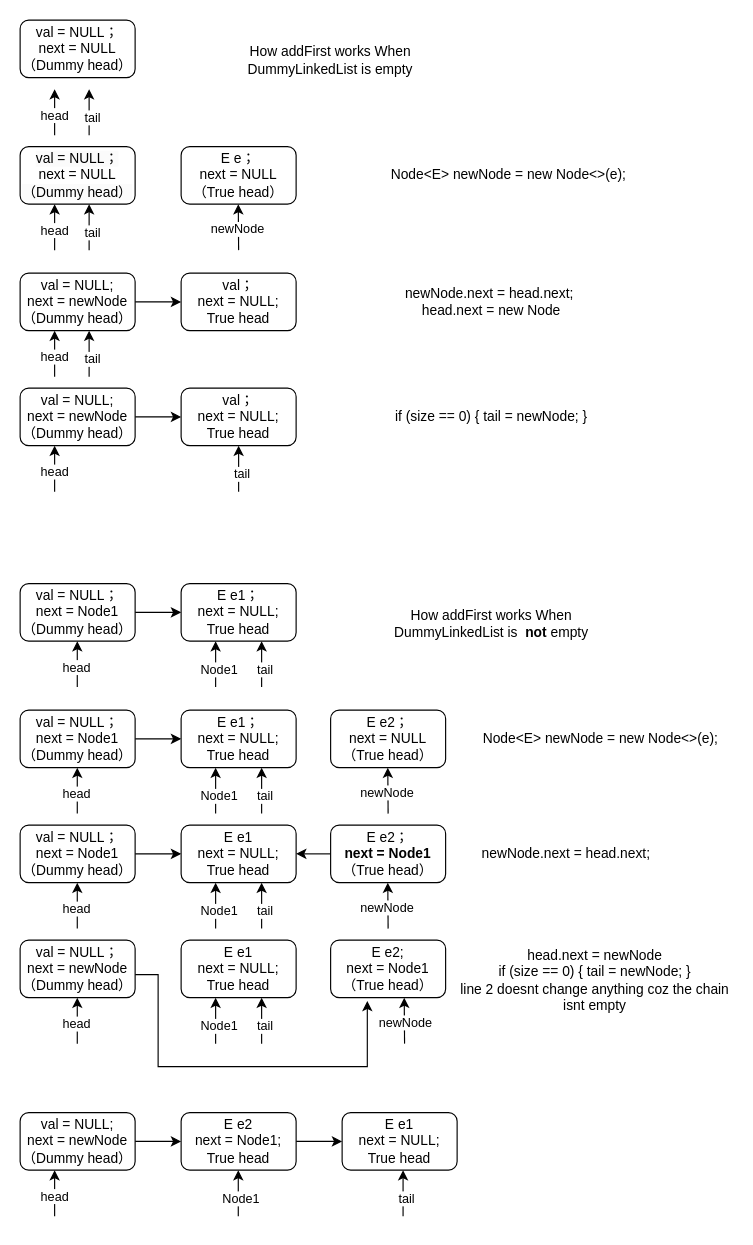
Earlier version of the draw.io diagram LinkedList/LinkedList.drawio (sunplanter/DSA). Source tidied: cells renumbered, new cells numbered last; positions are measured from the earlier drawing's top-left corner, leaving out a move shared by most shapes. Both pictures are drawn from the tidied source at 115%, with x=0, y=0 at pixel (20, 20).
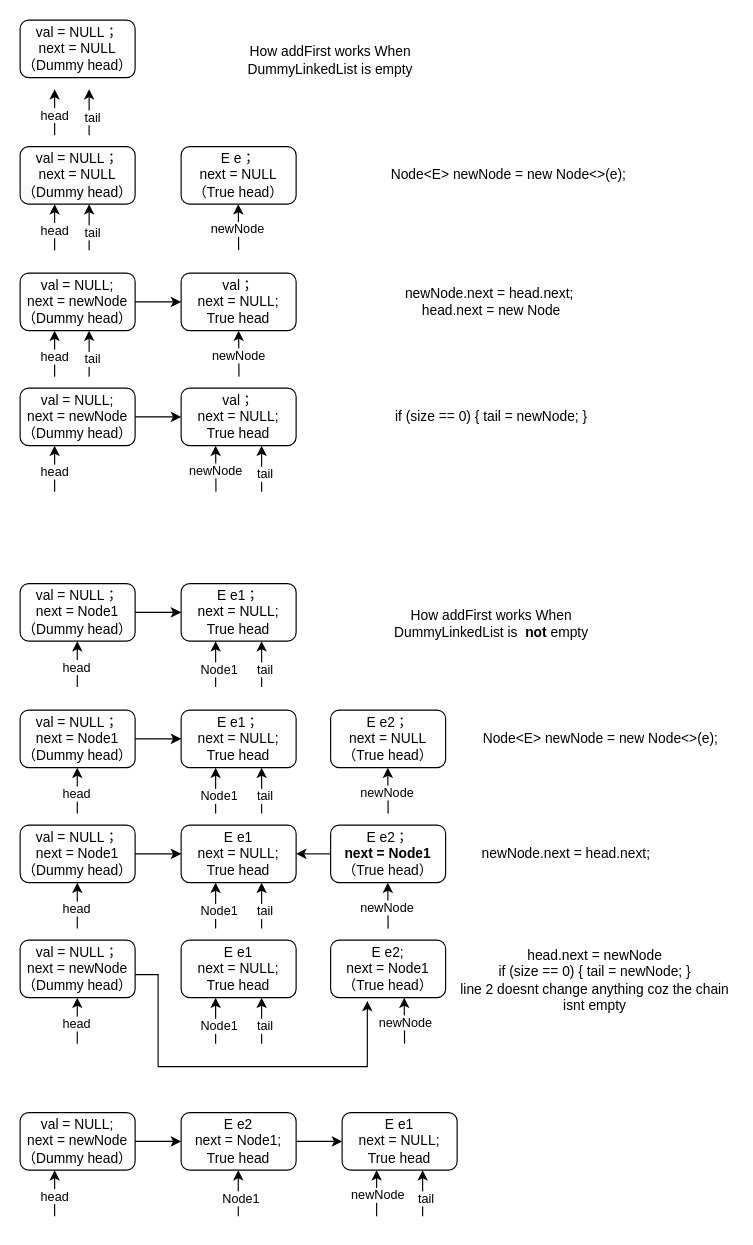
The same diagram, later.

What changed in the source:
```diff
@@
     <mxCell id="31" style="endArrow=classic;html=1;rounded=0;" parent="1" edge="1">
       <mxGeometry relative="1" as="geometry">
-        <mxPoint x="190" y="410" as="sourcePoint" />
-        <mxPoint x="190" y="370" as="targetPoint" />
+        <mxPoint x="210" y="410" as="sourcePoint" />
+        <mxPoint x="210" y="370" as="targetPoint" />
       </mxGeometry>
     </mxCell>
@@
     <mxCell id="46" style="endArrow=classic;html=1;rounded=0;" parent="1" edge="1">
       <mxGeometry relative="1" as="geometry">
-        <mxPoint x="333" y="1040" as="sourcePoint" />
-        <mxPoint x="333" y="1000" as="targetPoint" />
+        <mxPoint x="350" y="1040" as="sourcePoint" />
+        <mxPoint x="350" y="1000" as="targetPoint" />
       </mxGeometry>
     </mxCell>
@@
+    <mxCell id="94" style="endArrow=classic;html=1;rounded=0;" parent="1" edge="1">
+      <mxGeometry relative="1" as="geometry">
+        <mxPoint x="190.3" y="310" as="sourcePoint" />
+        <mxPoint x="190" y="270" as="targetPoint" />
+      </mxGeometry>
+    </mxCell>
+    <mxCell id="95" value="newNode" style="edgeLabel;html=1;align=center;verticalAlign=middle;" parent="94" vertex="1">
+      <mxGeometry x="-0.03" y="1" relative="1" as="geometry" />
+    </mxCell>
+    <mxCell id="96" style="endArrow=classic;html=1;rounded=0;" parent="1" edge="1">
+      <mxGeometry relative="1" as="geometry">
+        <mxPoint x="170.3" y="410" as="sourcePoint" />
+        <mxPoint x="170" y="370" as="targetPoint" />
+      </mxGeometry>
+    </mxCell>
+    <mxCell id="97" value="newNode" style="edgeLabel;html=1;align=center;verticalAlign=middle;" parent="96" vertex="1">
+      <mxGeometry x="-0.03" y="1" relative="1" as="geometry" />
+    </mxCell>
+    <mxCell id="98" style="endArrow=classic;html=1;rounded=0;" parent="1" edge="1">
+      <mxGeometry relative="1" as="geometry">
+        <mxPoint x="310" y="1040" as="sourcePoint" />
+        <mxPoint x="310" y="1000" as="targetPoint" />
+      </mxGeometry>
+    </mxCell>
+    <mxCell id="99" value="newNode" style="edgeLabel;html=1;align=center;verticalAlign=middle;" parent="98" vertex="1">
+      <mxGeometry x="-0.03" y="1" relative="1" as="geometry">
+        <mxPoint x="1" as="offset" />
+      </mxGeometry>
+    </mxCell>
```
